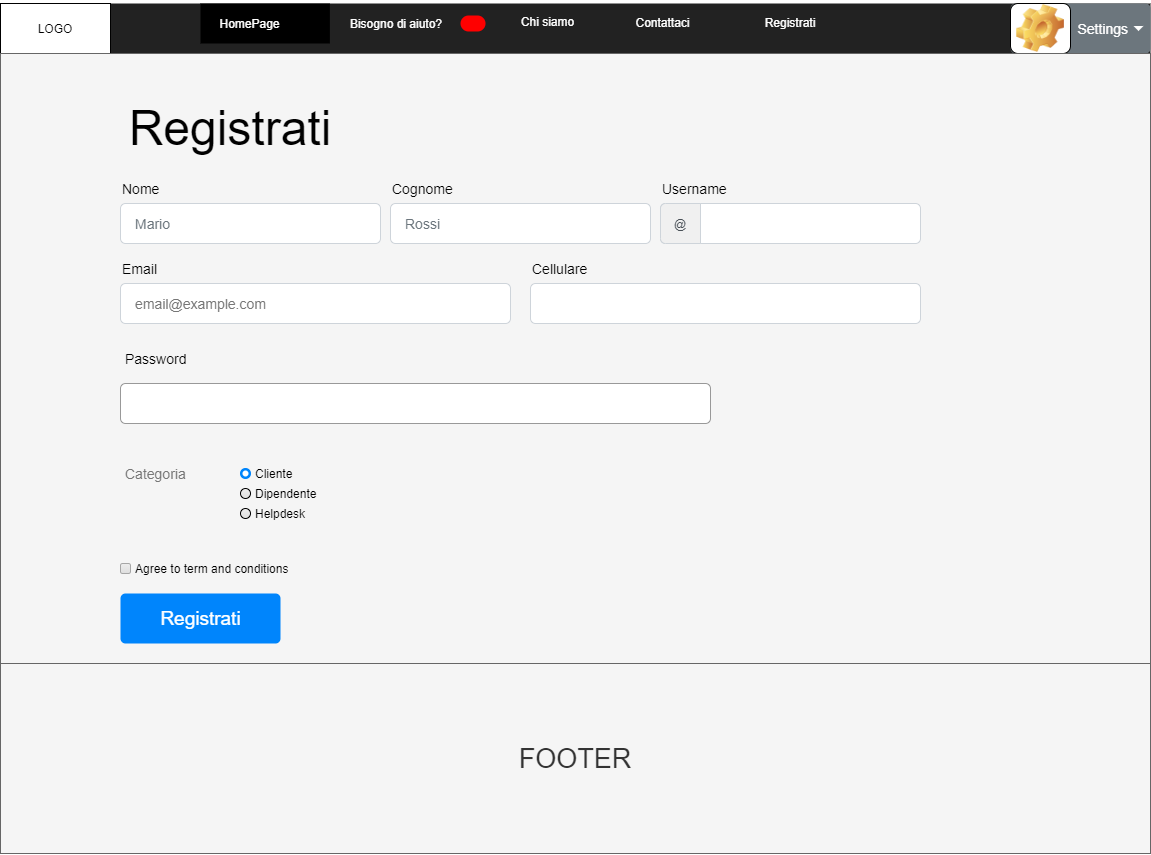
InfoServiceEASY/SitoInfoService keeps this draw.io diagram as mockup/EnrollmentInfoservice.png. Above is the earlier version. Source tidied: cells renumbered, new cells last; positions are measured from the earlier drawing's top-left corner, leaving out a move shared by most shapes. Its diagram source:
```xml
<mxGraphModel background="#ffffff">
  <root>
    <mxCell id="0" style="html=1;" />
    <mxCell id="1" style="html=1;" parent="0" />
    <mxCell id="2" style="html=1;shadow=0;dashed=0;shape=mxgraph.bootstrap.rect;fillColor=#222222;strokeColor=none;whiteSpace=wrap;rounded=0;fontSize=12;fontColor=#000000;align=center;" parent="1" vertex="1">
      <mxGeometry y="3" width="1150" height="50" as="geometry" />
    </mxCell>
    <mxCell id="3" value="Company" style="html=1;shadow=0;dashed=0;fillColor=none;strokeColor=none;shape=mxgraph.bootstrap.rect;fontColor=#999999;fontSize=14;whiteSpace=wrap;" parent="2" vertex="1">
      <mxGeometry width="115" height="26.7" as="geometry" />
    </mxCell>
    <mxCell id="4" value="HomePage" style="html=1;shadow=0;dashed=0;shape=mxgraph.bootstrap.rect;fillColor=#000000;strokeColor=none;fontColor=#ffffff;spacingRight=30;whiteSpace=wrap;" parent="2" vertex="1">
      <mxGeometry x="200" width="129.4" height="40" as="geometry" />
    </mxCell>
    <mxCell id="5" value="&lt;font color=&quot;#ffffff&quot;&gt;Bisogno di aiuto?&lt;/font&gt;" style="html=1;shadow=0;dashed=0;fillColor=none;strokeColor=none;shape=mxgraph.bootstrap.rect;fontColor=#999999;spacingRight=30;whiteSpace=wrap;" parent="2" vertex="1">
      <mxGeometry x="331.9" width="158.1" height="40" as="geometry" />
    </mxCell>
    <mxCell id="6" style="html=1;shadow=0;dashed=0;shape=mxgraph.bootstrap.rrect;rSize=8;fillColor=#ff0000;strokeColor=none;fontColor=#ffffff;whiteSpace=wrap;" parent="5" vertex="1">
      <mxGeometry x="1" y="0.5" width="25" height="16" relative="1" as="geometry">
        <mxPoint x="-30" y="-8" as="offset" />
      </mxGeometry>
    </mxCell>
    <mxCell id="7" value="&lt;font color=&quot;#ffffff&quot;&gt;Chi siamo&lt;/font&gt;" style="html=1;shadow=0;dashed=0;fillColor=none;strokeColor=none;shape=mxgraph.bootstrap.rect;fontColor=#999999;whiteSpace=wrap;" parent="2" vertex="1">
      <mxGeometry x="490" y="-3.3" width="115" height="43.3" as="geometry" />
    </mxCell>
    <mxCell id="8" value="&lt;font color=&quot;#ffffff&quot;&gt;Contattaci&lt;/font&gt;" style="html=1;shadow=0;dashed=0;fillColor=none;strokeColor=none;shape=mxgraph.bootstrap.rect;fontColor=#999999;whiteSpace=wrap;" parent="2" vertex="1">
      <mxGeometry x="605" y="-1.7" width="115" height="41.7" as="geometry" />
    </mxCell>
    <mxCell id="9" value="LOGO" style="rounded=0;whiteSpace=wrap;html=1;" parent="2" vertex="1">
      <mxGeometry width="110" height="50" as="geometry" />
    </mxCell>
    <mxCell id="10" value="&lt;font color=&quot;#ffffff&quot;&gt;Registrati&lt;/font&gt;" style="html=1;shadow=0;dashed=0;fillColor=none;strokeColor=none;shape=mxgraph.bootstrap.rect;fontColor=#999999;whiteSpace=wrap;" parent="2" vertex="1">
      <mxGeometry x="720" y="-1.7" width="140" height="41.7" as="geometry" />
    </mxCell>
    <mxCell id="11" value="Settings" style="html=1;shadow=0;dashed=0;shape=mxgraph.bootstrap.rrect;rSize=5;strokeColor=none;strokeWidth=1;fillColor=#6C767D;fontColor=#ffffff;whiteSpace=wrap;align=right;verticalAlign=middle;fontStyle=0;fontSize=14;spacingRight=20;" parent="2" vertex="1">
      <mxGeometry x="1010" width="140" height="50" as="geometry" />
    </mxCell>
    <mxCell id="12" style="shape=triangle;direction=south;fillColor=#ffffff;strokeColor=none;perimeter=none;" parent="11" vertex="1">
      <mxGeometry x="1" y="0.5" width="10" height="5" relative="1" as="geometry">
        <mxPoint x="-17" y="-2.5" as="offset" />
      </mxGeometry>
    </mxCell>
    <mxCell id="13" value="Icon" style="icon;html=1;image=img/clipart/Gear_128x128.png;" parent="11" vertex="1">
      <mxGeometry width="60" height="50" as="geometry" />
    </mxCell>
    <mxCell id="14" value="Template name" style="html=1;shadow=0;dashed=0;shape=mxgraph.bootstrap.rect;strokeColor=none;fillColor=none;fontColor=#999999;align=left;spacingLeft=5;whiteSpace=wrap;rounded=0;" parent="1" vertex="1">
      <mxGeometry y="63" width="200" height="20" as="geometry" />
    </mxCell>
    <mxCell id="15" style="rounded=0;whiteSpace=wrap;html=1;fillColor=#f5f5f5;strokeColor=#666666;fontColor=#333333;" parent="1" vertex="1">
      <mxGeometry y="53" width="1150" height="610" as="geometry" />
    </mxCell>
    <mxCell id="16" value="Password" style="strokeColor=none;fillColor=none;whiteSpace=wrap;align=left;verticalAlign=middle;fontStyle=0;fontSize=14;spacing=15;" parent="1" vertex="1">
      <mxGeometry x="110" y="338" width="130" height="40" as="geometry" />
    </mxCell>
    <mxCell id="17" style="html=1;shadow=0;dashed=0;shape=mxgraph.bootstrap.rrect;rSize=5;strokeColor=#999999;fillColor=#ffffff;fontColor=#777777;whiteSpace=wrap;align=left;verticalAlign=middle;fontStyle=0;fontSize=14;spacing=15;" parent="1" vertex="1">
      <mxGeometry x="120" y="383" width="590" height="40" as="geometry" />
    </mxCell>
    <mxCell id="18" value="&lt;span style=&quot;font-size: 48px&quot;&gt;Registrati&lt;/span&gt;" style="text;html=1;strokeColor=none;fillColor=none;align=center;verticalAlign=middle;whiteSpace=wrap;rounded=0;" parent="1" vertex="1">
      <mxGeometry x="120" y="103" width="220" height="50" as="geometry" />
    </mxCell>
    <mxCell id="19" value="Cliente" style="html=1;shadow=0;dashed=0;shape=mxgraph.bootstrap.radioButton2;labelPosition=right;verticalLabelPosition=middle;align=left;verticalAlign=middle;gradientColor=#DEDEDE;fillColor=#EDEDED;checked=1;spacing=5;checkedFill=#0085FC;checkedStroke=#ffffff;" parent="1" vertex="1">
      <mxGeometry x="240" y="468" width="10" height="10" as="geometry" />
    </mxCell>
    <mxCell id="20" value="Dipendente" style="html=1;shadow=0;dashed=0;shape=mxgraph.bootstrap.radioButton2;labelPosition=right;verticalLabelPosition=middle;align=left;verticalAlign=middle;gradientColor=#DEDEDE;fillColor=#EDEDED;checked=0;spacing=5;checkedFill=#0085FC;checkedStroke=#ffffff;" parent="1" vertex="1">
      <mxGeometry x="240" y="488" width="10" height="10" as="geometry" />
    </mxCell>
    <mxCell id="21" value="&lt;font color=&quot;#000000&quot;&gt;Helpdesk&lt;/font&gt;" style="html=1;shadow=0;dashed=0;shape=mxgraph.bootstrap.radioButton2;labelPosition=right;verticalLabelPosition=middle;align=left;verticalAlign=middle;gradientColor=#DEDEDE;fillColor=#EDEDED;checked=0;spacing=5;fontColor=#6C767D;checkedFill=#0085FC;checkedStroke=#ffffff;" parent="1" vertex="1">
      <mxGeometry x="240" y="508" width="10" height="10" as="geometry" />
    </mxCell>
    <mxCell id="22" value="&lt;font style=&quot;font-size: 27px&quot;&gt;FOOTER&lt;/font&gt;" style="rounded=0;whiteSpace=wrap;html=1;fillColor=#f5f5f5;strokeColor=#666666;fontColor=#333333;" parent="1" vertex="1">
      <mxGeometry y="663" width="1150" height="190" as="geometry" />
    </mxCell>
    <mxCell id="23" value="Categoria" style="strokeColor=none;fillColor=none;fontColor=#777777;whiteSpace=wrap;align=left;verticalAlign=middle;fontStyle=0;fontSize=14;spacing=15;" parent="1" vertex="1">
      <mxGeometry x="110" y="453" width="150" height="40" as="geometry" />
    </mxCell>
    <mxCell id="24" value="Nome" style="fillColor=none;strokeColor=none;align=left;fontSize=14;" parent="1" vertex="1">
      <mxGeometry x="120" y="173" width="100" height="30" as="geometry" />
    </mxCell>
    <mxCell id="25" value="Mario" style="html=1;shadow=0;dashed=0;shape=mxgraph.bootstrap.rrect;rSize=5;fillColor=#ffffff;strokeColor=#CED4DA;align=left;spacing=15;fontSize=14;fontColor=#6C767D;" parent="1" vertex="1">
      <mxGeometry x="120" y="203" width="260" height="40" as="geometry" />
    </mxCell>
    <mxCell id="26" value="Cognome" style="fillColor=none;strokeColor=none;align=left;fontSize=14;" parent="1" vertex="1">
      <mxGeometry x="390" y="173" width="100" height="30" as="geometry" />
    </mxCell>
    <mxCell id="27" value="Rossi" style="html=1;shadow=0;dashed=0;shape=mxgraph.bootstrap.rrect;rSize=5;fillColor=#ffffff;strokeColor=#CED4DA;align=left;spacing=15;fontSize=14;fontColor=#6C767D;" parent="1" vertex="1">
      <mxGeometry x="390" y="203" width="260" height="40" as="geometry" />
    </mxCell>
    <mxCell id="28" value="Username" style="fillColor=none;strokeColor=none;align=left;fontSize=14;" parent="1" vertex="1">
      <mxGeometry x="660" y="173" width="100" height="30" as="geometry" />
    </mxCell>
    <mxCell id="29" style="html=1;shadow=0;dashed=0;shape=mxgraph.bootstrap.rrect;rSize=5;fillColor=#ffffff;strokeColor=#CED4DA;align=left;spacingLeft=50;fontSize=14;fontColor=#6C767D;" parent="1" vertex="1">
      <mxGeometry x="660" y="203" width="260" height="40" as="geometry" />
    </mxCell>
    <mxCell id="30" value="@" style="html=1;shadow=0;dashed=0;shape=mxgraph.bootstrap.leftButton;rSize=5;strokeColor=#CED4DA;fillColor=#f0f0f0;whiteSpace=wrap;fontColor=#495057;" parent="29" vertex="1">
      <mxGeometry width="40" height="40" relative="1" as="geometry" />
    </mxCell>
    <mxCell id="31" value="Email" style="fillColor=none;strokeColor=none;align=left;fontSize=14;" parent="1" vertex="1">
      <mxGeometry x="120" y="253" width="100" height="30" as="geometry" />
    </mxCell>
    <mxCell id="32" value="&lt;span style=&quot;color: rgb(119 , 119 , 119)&quot;&gt;email@example.com&lt;/span&gt;" style="html=1;shadow=0;dashed=0;shape=mxgraph.bootstrap.rrect;rSize=5;fillColor=#ffffff;strokeColor=#CED4DA;align=left;spacing=15;fontSize=14;fontColor=#6C767D;" parent="1" vertex="1">
      <mxGeometry x="120" y="283" width="390" height="40" as="geometry" />
    </mxCell>
    <mxCell id="33" value="Cellulare" style="fillColor=none;strokeColor=none;align=left;fontSize=14;" parent="1" vertex="1">
      <mxGeometry x="530" y="253" width="190" height="30" as="geometry" />
    </mxCell>
    <mxCell id="34" style="html=1;shadow=0;dashed=0;shape=mxgraph.bootstrap.rrect;rSize=5;fillColor=#ffffff;strokeColor=#CED4DA;align=left;spacing=15;fontSize=14;fontColor=#6C767D;" parent="1" vertex="1">
      <mxGeometry x="530" y="283" width="390" height="40" as="geometry" />
    </mxCell>
    <mxCell id="35" value="Agree to term and conditions" style="html=1;shadow=0;dashed=0;shape=mxgraph.bootstrap.checkbox2;labelPosition=right;verticalLabelPosition=middle;align=left;verticalAlign=middle;gradientColor=#DEDEDE;fillColor=#EDEDED;strokeColor=#A6A6A6;checked=0;spacing=5;checkedFill=#0085FC;checkedStroke=#ffffff;" parent="1" vertex="1">
      <mxGeometry x="120" y="563" width="10" height="10" as="geometry" />
    </mxCell>
    <mxCell id="36" value="&lt;font style=&quot;font-size: 19px&quot;&gt;Registrati&lt;/font&gt;" style="html=1;shadow=0;dashed=0;shape=mxgraph.bootstrap.rrect;rSize=5;fillColor=#0085FC;strokeColor=none;align=center;spacing=15;fontSize=14;fontColor=#ffffff;" parent="1" vertex="1">
      <mxGeometry x="120" y="593" width="160" height="50" as="geometry" />
    </mxCell>
  </root>
</mxGraphModel>
```
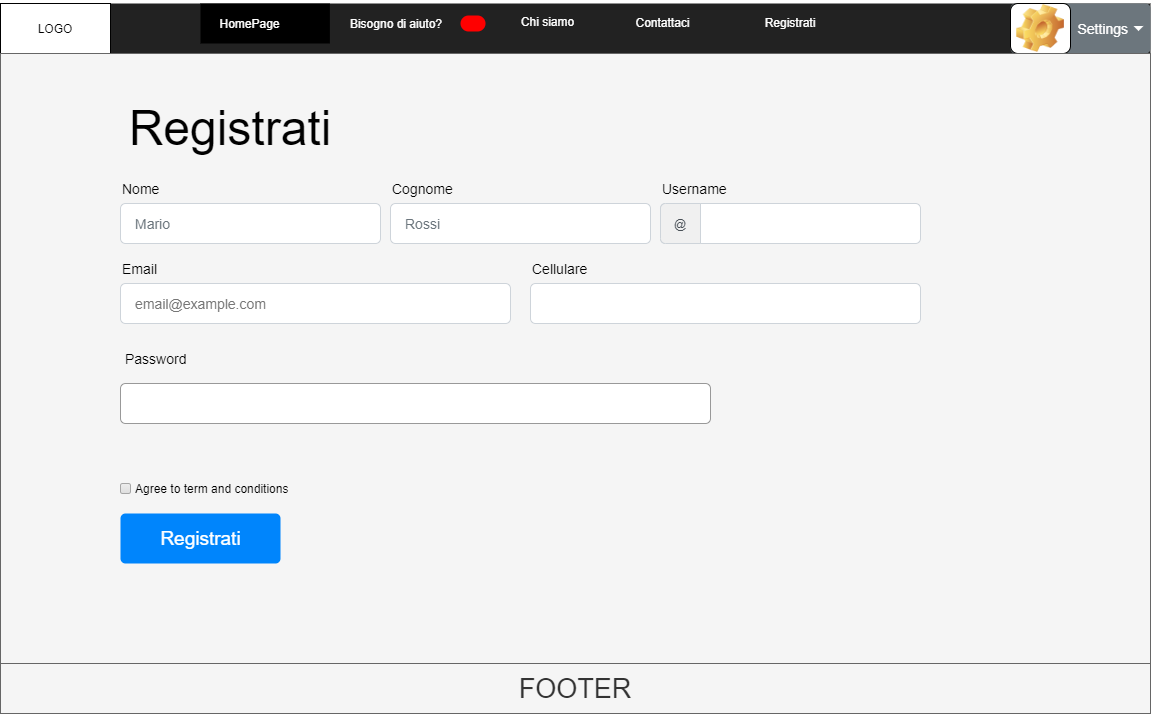
The same file after the commit.

The edit, as a diff of the source:
```diff
@@ -57,21 +57,9 @@
     <mxCell id="18" value="&lt;span style=&quot;font-size: 48px&quot;&gt;Registrati&lt;/span&gt;" style="text;html=1;strokeColor=none;fillColor=none;align=center;verticalAlign=middle;whiteSpace=wrap;rounded=0;" parent="1" vertex="1">
       <mxGeometry x="120" y="103" width="220" height="50" as="geometry" />
     </mxCell>
-    <mxCell id="19" value="Cliente" style="html=1;shadow=0;dashed=0;shape=mxgraph.bootstrap.radioButton2;labelPosition=right;verticalLabelPosition=middle;align=left;verticalAlign=middle;gradientColor=#DEDEDE;fillColor=#EDEDED;checked=1;spacing=5;checkedFill=#0085FC;checkedStroke=#ffffff;" parent="1" vertex="1">
-      <mxGeometry x="240" y="468" width="10" height="10" as="geometry" />
-    </mxCell>
-    <mxCell id="20" value="Dipendente" style="html=1;shadow=0;dashed=0;shape=mxgraph.bootstrap.radioButton2;labelPosition=right;verticalLabelPosition=middle;align=left;verticalAlign=middle;gradientColor=#DEDEDE;fillColor=#EDEDED;checked=0;spacing=5;checkedFill=#0085FC;checkedStroke=#ffffff;" parent="1" vertex="1">
-      <mxGeometry x="240" y="488" width="10" height="10" as="geometry" />
-    </mxCell>
-    <mxCell id="21" value="&lt;font color=&quot;#000000&quot;&gt;Helpdesk&lt;/font&gt;" style="html=1;shadow=0;dashed=0;shape=mxgraph.bootstrap.radioButton2;labelPosition=right;verticalLabelPosition=middle;align=left;verticalAlign=middle;gradientColor=#DEDEDE;fillColor=#EDEDED;checked=0;spacing=5;fontColor=#6C767D;checkedFill=#0085FC;checkedStroke=#ffffff;" parent="1" vertex="1">
-      <mxGeometry x="240" y="508" width="10" height="10" as="geometry" />
-    </mxCell>
     <mxCell id="22" value="&lt;font style=&quot;font-size: 27px&quot;&gt;FOOTER&lt;/font&gt;" style="rounded=0;whiteSpace=wrap;html=1;fillColor=#f5f5f5;strokeColor=#666666;fontColor=#333333;" parent="1" vertex="1">
-      <mxGeometry y="663" width="1150" height="190" as="geometry" />
+      <mxGeometry y="663" width="1150" height="50" as="geometry" />
     </mxCell>
-    <mxCell id="23" value="Categoria" style="strokeColor=none;fillColor=none;fontColor=#777777;whiteSpace=wrap;align=left;verticalAlign=middle;fontStyle=0;fontSize=14;spacing=15;" parent="1" vertex="1">
-      <mxGeometry x="110" y="453" width="150" height="40" as="geometry" />
-    </mxCell>
     <mxCell id="24" value="Nome" style="fillColor=none;strokeColor=none;align=left;fontSize=14;" parent="1" vertex="1">
       <mxGeometry x="120" y="173" width="100" height="30" as="geometry" />
     </mxCell>
@@ -106,10 +94,10 @@
       <mxGeometry x="530" y="283" width="390" height="40" as="geometry" />
     </mxCell>
     <mxCell id="35" value="Agree to term and conditions" style="html=1;shadow=0;dashed=0;shape=mxgraph.bootstrap.checkbox2;labelPosition=right;verticalLabelPosition=middle;align=left;verticalAlign=middle;gradientColor=#DEDEDE;fillColor=#EDEDED;strokeColor=#A6A6A6;checked=0;spacing=5;checkedFill=#0085FC;checkedStroke=#ffffff;" parent="1" vertex="1">
-      <mxGeometry x="120" y="563" width="10" height="10" as="geometry" />
+      <mxGeometry x="120" y="483" width="10" height="10" as="geometry" />
     </mxCell>
     <mxCell id="36" value="&lt;font style=&quot;font-size: 19px&quot;&gt;Registrati&lt;/font&gt;" style="html=1;shadow=0;dashed=0;shape=mxgraph.bootstrap.rrect;rSize=5;fillColor=#0085FC;strokeColor=none;align=center;spacing=15;fontSize=14;fontColor=#ffffff;" parent="1" vertex="1">
-      <mxGeometry x="120" y="593" width="160" height="50" as="geometry" />
+      <mxGeometry x="120" y="513" width="160" height="50" as="geometry" />
     </mxCell>
   </root>
 </mxGraphModel>
```
